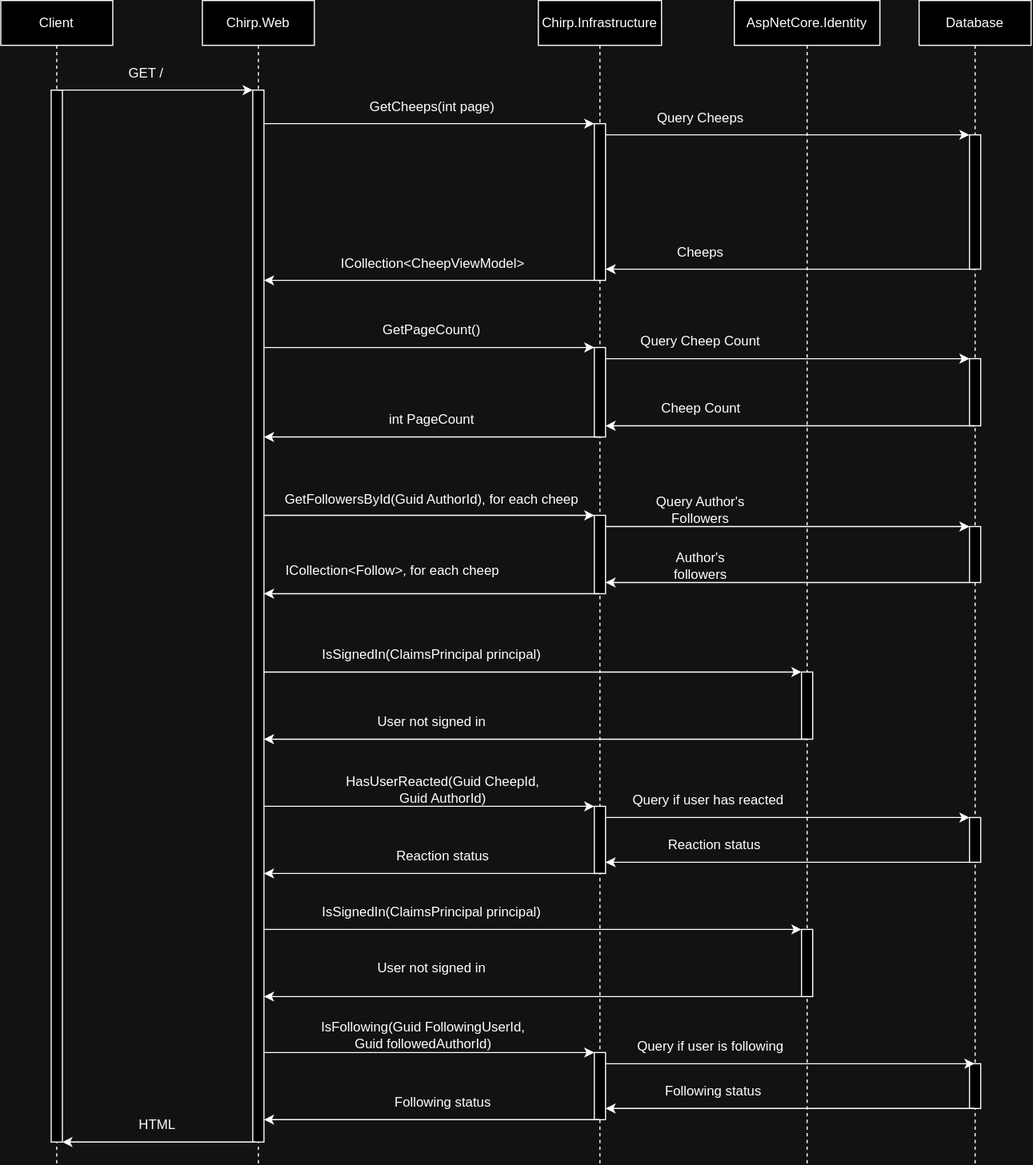
ITU-BDSA-GROUP-20/Chirp keeps this draw.io diagram as docs/diagrams/SequenceCallDiagram.svg. Above is the earlier version. Source tidied: cells renumbered, new cells last; positions are measured from the earlier drawing's top-left corner, leaving out a move shared by most shapes.
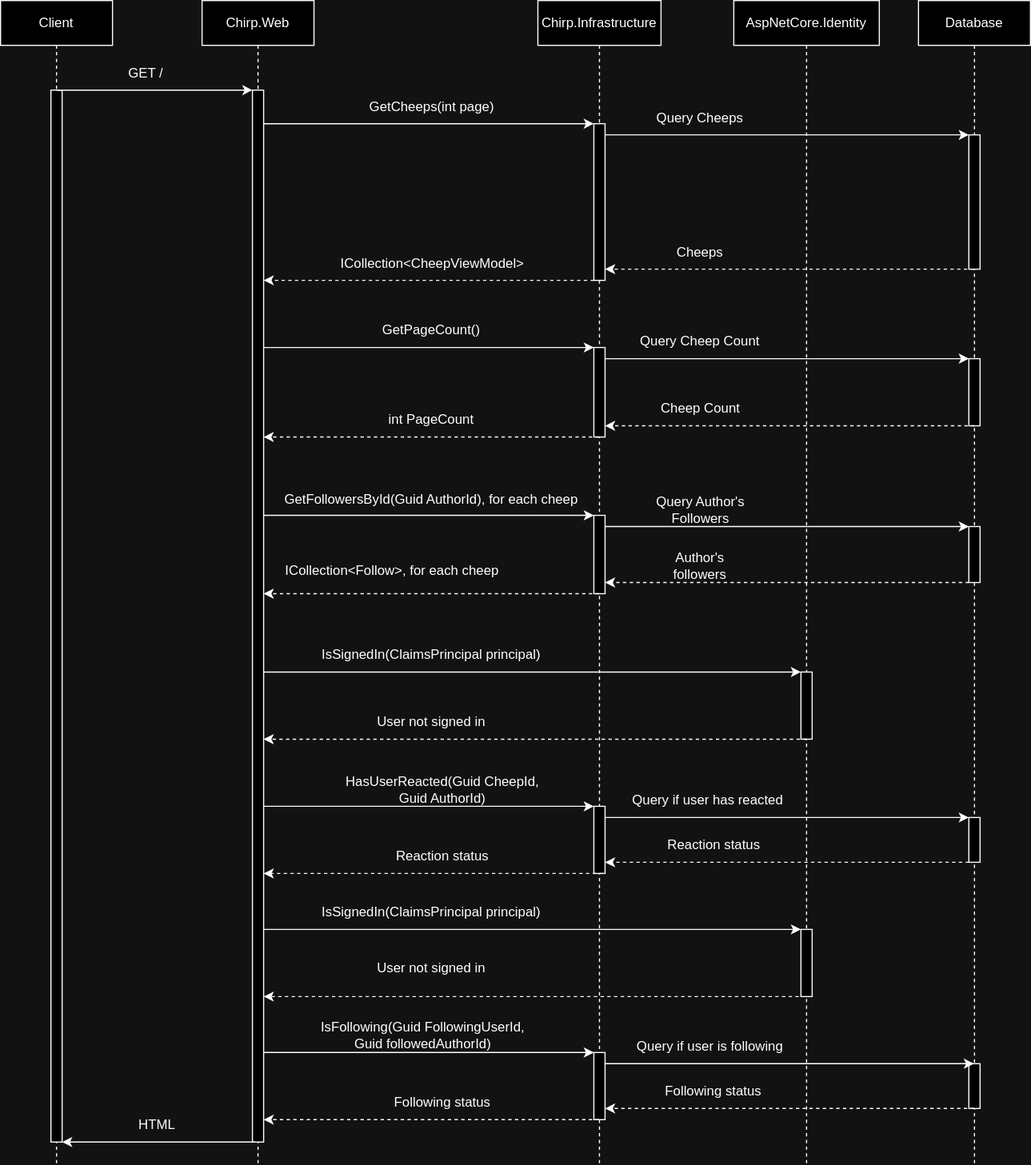
Above is the later version.

What changed in the source:
```diff
@@ -86,7 +86,7 @@
     <mxCell id="25" value="Cheeps" style="text;html=1;strokeColor=none;fillColor=none;align=center;verticalAlign=middle;whiteSpace=wrap;rounded=0;" parent="1" vertex="1">
       <mxGeometry x="595" y="210" width="60" height="30" as="geometry" />
     </mxCell>
-    <mxCell id="26" style="endArrow=classic;html=1;rounded=0;" parent="1" edge="1" source="5">
+    <mxCell id="26" style="endArrow=classic;html=1;rounded=0;dashed=1;" parent="1" edge="1" source="5">
       <mxGeometry relative="1" as="geometry">
         <mxPoint x="235" y="250" as="targetPoint" />
         <Array as="points">
@@ -100,7 +100,7 @@
         <mxPoint x="530" y="310" as="targetPoint" />
       </mxGeometry>
     </mxCell>
-    <mxCell id="28" style="endArrow=classic;html=1;rounded=0;" parent="1" edge="1" source="4">
+    <mxCell id="28" style="endArrow=classic;html=1;rounded=0;dashed=1;" parent="1" edge="1" source="4">
       <mxGeometry relative="1" as="geometry">
         <mxPoint x="235" y="390" as="targetPoint" />
       </mxGeometry>
@@ -127,7 +127,7 @@
     <mxCell id="33" value="GetFollowersById(Guid AuthorId), for each cheep" style="text;html=1;strokeColor=none;fillColor=none;align=center;verticalAlign=middle;whiteSpace=wrap;rounded=0;" parent="1" vertex="1">
       <mxGeometry x="248" y="431" width="274" height="30" as="geometry" />
     </mxCell>
-    <mxCell id="34" style="endArrow=classic;html=1;rounded=0;" parent="1" edge="1">
+    <mxCell id="34" style="endArrow=classic;html=1;rounded=0;dashed=1;" parent="1" edge="1">
       <mxGeometry relative="1" as="geometry">
         <mxPoint x="534.5" y="530" as="sourcePoint" />
         <mxPoint x="235" y="530" as="targetPoint" />
@@ -139,7 +139,7 @@
     <mxCell id="36" value="HTML" style="text;html=1;strokeColor=none;fillColor=none;align=center;verticalAlign=middle;whiteSpace=wrap;rounded=0;" parent="1" vertex="1">
       <mxGeometry x="110" y="990" width="60" height="30" as="geometry" />
     </mxCell>
-    <mxCell id="37" style="endArrow=classic;html=1;rounded=0;" parent="1" edge="1" source="10">
+    <mxCell id="37" style="endArrow=classic;html=1;rounded=0;dashed=1;" parent="1" edge="1" source="10">
       <mxGeometry relative="1" as="geometry">
         <mxPoint x="540" y="240" as="targetPoint" />
       </mxGeometry>
@@ -150,7 +150,7 @@
         <mxPoint x="865" y="320" as="targetPoint" />
       </mxGeometry>
     </mxCell>
-    <mxCell id="39" style="endArrow=classic;html=1;rounded=0;exitX=0.5;exitY=1;exitDx=0;exitDy=0;exitPerimeter=0;" parent="1" edge="1" source="12">
+    <mxCell id="39" style="endArrow=classic;html=1;rounded=0;exitX=0.5;exitY=1;exitDx=0;exitDy=0;exitPerimeter=0;dashed=1;" parent="1" edge="1" source="12">
       <mxGeometry relative="1" as="geometry">
         <mxPoint x="540" y="380" as="targetPoint" />
       </mxGeometry>
@@ -166,7 +166,7 @@
         <mxPoint x="540" y="470" as="sourcePoint" />
       </mxGeometry>
     </mxCell>
-    <mxCell id="43" style="endArrow=classic;html=1;rounded=0;" parent="1" edge="1" source="13">
+    <mxCell id="43" style="endArrow=classic;html=1;rounded=0;dashed=1;" parent="1" edge="1" source="13">
       <mxGeometry relative="1" as="geometry">
         <mxPoint x="540" y="520" as="targetPoint" />
       </mxGeometry>
@@ -191,7 +191,7 @@
         </Array>
       </mxGeometry>
     </mxCell>
-    <mxCell id="49" style="endArrow=classic;html=1;rounded=0;" parent="1" edge="1" target="17">
+    <mxCell id="49" style="endArrow=classic;html=1;rounded=0;dashed=1;" parent="1" edge="1" target="17">
       <mxGeometry relative="1" as="geometry">
         <mxPoint x="720" y="660" as="sourcePoint" />
       </mxGeometry>
@@ -205,7 +205,7 @@
     <mxCell id="52" style="endArrow=classic;html=1;rounded=0;" parent="1" edge="1" source="17" target="8">
       <mxGeometry relative="1" as="geometry" />
     </mxCell>
-    <mxCell id="53" style="endArrow=classic;html=1;rounded=0;" parent="1" edge="1" target="17">
+    <mxCell id="53" style="endArrow=classic;html=1;rounded=0;dashed=1;" parent="1" edge="1" target="17">
       <mxGeometry relative="1" as="geometry">
         <mxPoint x="537.9" y="780" as="sourcePoint" />
       </mxGeometry>
@@ -216,7 +216,7 @@
     <mxCell id="55" value="Reaction status" style="text;html=1;strokeColor=none;fillColor=none;align=center;verticalAlign=middle;whiteSpace=wrap;rounded=0;" parent="1" vertex="1">
       <mxGeometry x="280" y="750" width="230" height="30" as="geometry" />
     </mxCell>
-    <mxCell id="56" style="endArrow=classic;html=1;rounded=0;" parent="1" edge="1" target="17">
+    <mxCell id="56" style="endArrow=classic;html=1;rounded=0;dashed=1;" parent="1" edge="1" target="17">
       <mxGeometry relative="1" as="geometry">
         <mxPoint x="725" y="890" as="sourcePoint" />
       </mxGeometry>
@@ -238,7 +238,7 @@
     <mxCell id="61" style="endArrow=classic;html=1;rounded=0;" parent="1" edge="1" source="17" target="9">
       <mxGeometry relative="1" as="geometry" />
     </mxCell>
-    <mxCell id="62" style="endArrow=classic;html=1;rounded=0;" parent="1" edge="1" target="17">
+    <mxCell id="62" style="endArrow=classic;html=1;rounded=0;dashed=1;" parent="1" edge="1" target="17">
       <mxGeometry relative="1" as="geometry">
         <mxPoint x="534.5" y="1000" as="sourcePoint" />
       </mxGeometry>
@@ -256,7 +256,7 @@
         </Array>
       </mxGeometry>
     </mxCell>
-    <mxCell id="66" style="edgeStyle=elbowEdgeStyle;rounded=0;jettySize=auto;html=1;elbow=vertical;curved=0;" parent="1" edge="1" source="14" target="8">
+    <mxCell id="66" style="edgeStyle=elbowEdgeStyle;rounded=0;jettySize=auto;html=1;elbow=vertical;curved=0;dashed=1;" parent="1" edge="1" source="14" target="8">
       <mxGeometry relative="1" as="geometry">
         <Array as="points">
           <mxPoint x="800" y="770" />
@@ -277,7 +277,7 @@
         </Array>
       </mxGeometry>
     </mxCell>
-    <mxCell id="70" style="endArrow=classic;html=1;rounded=0;" parent="1" edge="1" target="9">
+    <mxCell id="70" style="endArrow=classic;html=1;rounded=0;dashed=1;" parent="1" edge="1" target="9">
       <mxGeometry relative="1" as="geometry">
         <mxPoint x="869.5" y="990" as="sourcePoint" />
       </mxGeometry>
```
